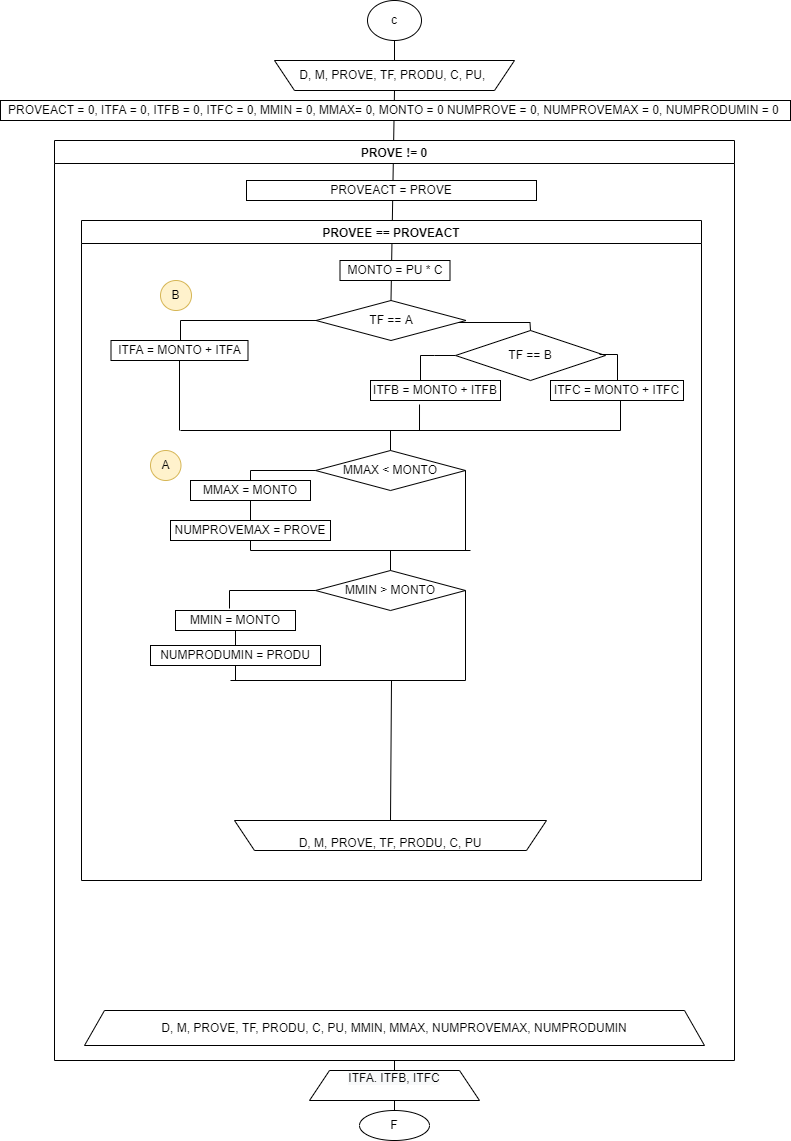
Earlier version of the draw.io export Untitled Diagram.drawio.png (Ferbinand/Ferbinand). Source tidied: cells renumbered, new cells last; positions are measured from the earlier drawing's top-left corner, leaving out a move shared by most shapes.
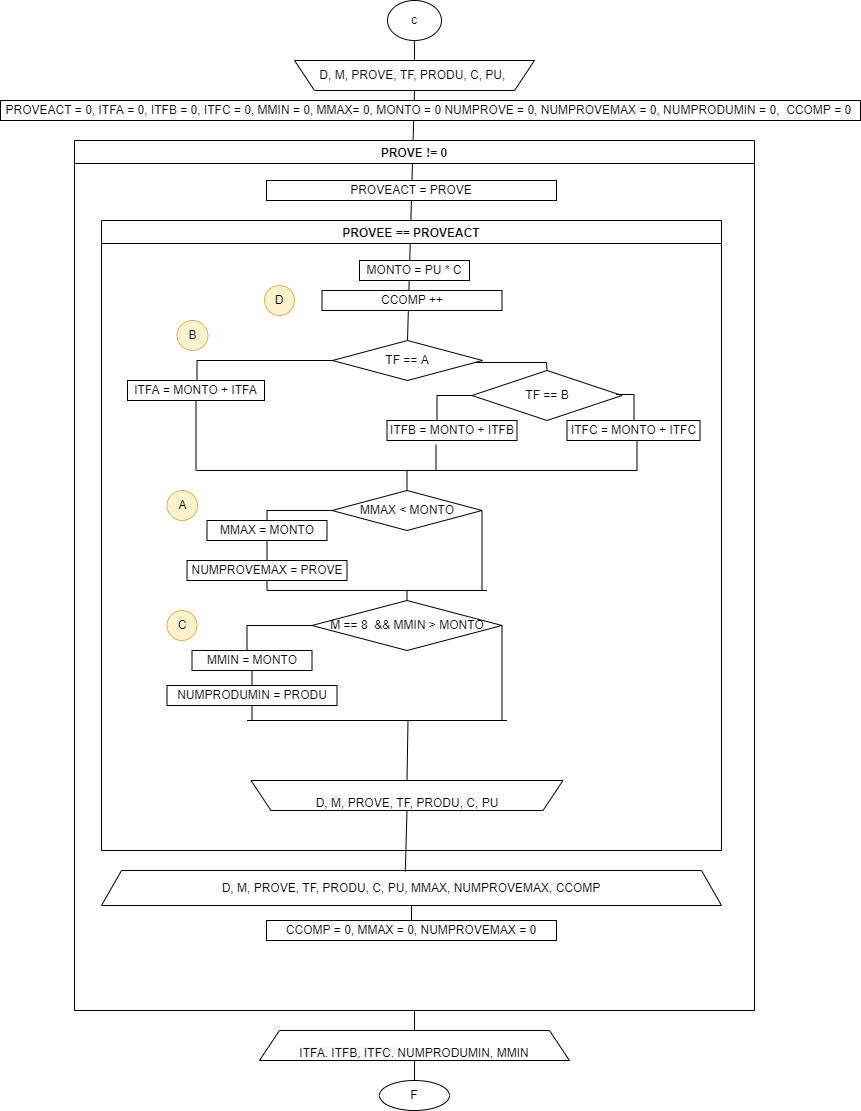
Later version of the same file.

Commit message:
1C Recu corte control.png

What changed in the source:
```diff
@@ -9,97 +9,97 @@
       <mxGeometry x="367" width="54" height="40" as="geometry" />
     </mxCell>
     <mxCell id="4" value="PROVE != 0" style="swimlane;" parent="1" vertex="1">
-      <mxGeometry x="54" y="140" width="680" height="920" as="geometry" />
+      <mxGeometry x="54" y="140" width="680" height="870" as="geometry" />
     </mxCell>
     <mxCell id="5" value="PROVEACT = PROVE" style="rounded=0;whiteSpace=wrap;html=1;" parent="4" vertex="1">
       <mxGeometry x="192" y="40" width="290" height="20" as="geometry" />
     </mxCell>
     <mxCell id="6" value="PROVEE == PROVEACT" style="swimlane;" parent="4" vertex="1">
-      <mxGeometry x="27" y="80" width="620" height="660" as="geometry" />
+      <mxGeometry x="27" y="80" width="620" height="630" as="geometry" />
     </mxCell>
     <mxCell id="7" value="&lt;br style=&quot;&quot;&gt;&lt;span style=&quot;background-color: rgb(255, 255, 255);&quot;&gt;D, M, PROVE, TF, PRODU, C, PU&lt;/span&gt;" style="shape=trapezoid;perimeter=trapezoidPerimeter;whiteSpace=wrap;html=1;fixedSize=1;flipV=1;" parent="6" vertex="1">
-      <mxGeometry x="153" y="600" width="312" height="30" as="geometry" />
+      <mxGeometry x="149.5" y="560" width="312" height="30" as="geometry" />
     </mxCell>
     <mxCell id="8" value="TF == A" style="rhombus;whiteSpace=wrap;html=1;" parent="6" vertex="1">
-      <mxGeometry x="234.5" y="80" width="150" height="40" as="geometry" />
+      <mxGeometry x="231" y="120" width="150" height="40" as="geometry" />
     </mxCell>
     <mxCell id="9" value="ITFA = MONTO + ITFA" style="rounded=0;whiteSpace=wrap;html=1;" parent="6" vertex="1">
-      <mxGeometry x="29.5" y="120" width="137" height="20" as="geometry" />
+      <mxGeometry x="26" y="160" width="137" height="20" as="geometry" />
     </mxCell>
     <mxCell id="10" style="endArrow=none;html=1;rounded=0;exitX=0.5;exitY=1;exitDx=0;exitDy=0;" parent="6" edge="1" source="9">
       <mxGeometry relative="1" as="geometry">
-        <mxPoint x="98" y="210" as="targetPoint" />
+        <mxPoint x="94.5" y="250" as="targetPoint" />
       </mxGeometry>
     </mxCell>
     <mxCell id="11" style="endArrow=none;html=1;rounded=0;" parent="6" edge="1">
       <mxGeometry relative="1" as="geometry">
-        <mxPoint x="99" y="210" as="sourcePoint" />
-        <mxPoint x="539" y="210" as="targetPoint" />
+        <mxPoint x="95.5" y="250" as="sourcePoint" />
+        <mxPoint x="535.5" y="250" as="targetPoint" />
       </mxGeometry>
     </mxCell>
     <mxCell id="12" style="endArrow=none;html=1;rounded=0;entryX=0;entryY=0.5;entryDx=0;entryDy=0;startArrow=none;" parent="6" edge="1" target="13">
       <mxGeometry relative="1" as="geometry">
-        <mxPoint x="339" y="160" as="sourcePoint" />
+        <mxPoint x="335.5" y="200" as="sourcePoint" />
         <Array as="points">
-          <mxPoint x="339" y="135" />
-          <mxPoint x="353" y="135" />
+          <mxPoint x="335.5" y="175" />
+          <mxPoint x="349.5" y="175" />
         </Array>
       </mxGeometry>
     </mxCell>
     <mxCell id="13" value="TF == B" style="rhombus;whiteSpace=wrap;html=1;" parent="6" vertex="1">
-      <mxGeometry x="374" y="110" width="150" height="50" as="geometry" />
+      <mxGeometry x="370.5" y="150" width="150" height="50" as="geometry" />
     </mxCell>
     <mxCell id="14" style="endArrow=none;html=1;rounded=0;exitX=0.5;exitY=0;exitDx=0;exitDy=0;entryX=0.947;entryY=0.55;entryDx=0;entryDy=0;entryPerimeter=0;" parent="6" edge="1" source="13" target="8">
       <mxGeometry relative="1" as="geometry">
         <Array as="points">
-          <mxPoint x="448.5" y="102" />
+          <mxPoint x="445" y="142" />
         </Array>
       </mxGeometry>
     </mxCell>
     <mxCell id="15" value="ITFC = MONTO + ITFC" style="rounded=0;whiteSpace=wrap;html=1;" parent="6" vertex="1">
-      <mxGeometry x="469" y="160" width="133" height="20" as="geometry" />
+      <mxGeometry x="465.5" y="200" width="133" height="20" as="geometry" />
     </mxCell>
     <mxCell id="16" style="endArrow=none;html=1;rounded=0;entryX=0.96;entryY=0.48;entryDx=0;entryDy=0;entryPerimeter=0;" parent="6" edge="1" target="13">
       <mxGeometry relative="1" as="geometry">
-        <mxPoint x="536" y="160" as="sourcePoint" />
+        <mxPoint x="532.5" y="200" as="sourcePoint" />
         <Array as="points">
-          <mxPoint x="536" y="134" />
+          <mxPoint x="532.5" y="174" />
         </Array>
       </mxGeometry>
     </mxCell>
     <mxCell id="17" style="endArrow=none;html=1;rounded=0;" parent="6" edge="1">
       <mxGeometry relative="1" as="geometry">
-        <mxPoint x="539" y="180" as="sourcePoint" />
-        <mxPoint x="539" y="210" as="targetPoint" />
+        <mxPoint x="535.5" y="220" as="sourcePoint" />
+        <mxPoint x="535.5" y="250" as="targetPoint" />
       </mxGeometry>
     </mxCell>
     <mxCell id="18" style="endArrow=none;html=1;rounded=0;entryX=0;entryY=0.5;entryDx=0;entryDy=0;" parent="6" edge="1" target="8">
       <mxGeometry relative="1" as="geometry">
-        <mxPoint x="99" y="120" as="sourcePoint" />
+        <mxPoint x="95.5" y="160" as="sourcePoint" />
         <Array as="points">
-          <mxPoint x="99" y="100" />
+          <mxPoint x="95.5" y="140" />
         </Array>
       </mxGeometry>
     </mxCell>
     <mxCell id="19" value="MONTO = PU * C" style="rounded=0;whiteSpace=wrap;html=1;" parent="6" vertex="1">
-      <mxGeometry x="258.5" y="40" width="110" height="20" as="geometry" />
+      <mxGeometry x="258" y="40" width="110" height="20" as="geometry" />
     </mxCell>
     <mxCell id="20" value="ITFB = MONTO + ITFB" style="rounded=0;whiteSpace=wrap;html=1;" parent="6" vertex="1">
-      <mxGeometry x="289" y="160" width="130" height="20" as="geometry" />
+      <mxGeometry x="285.5" y="200" width="130" height="20" as="geometry" />
     </mxCell>
     <mxCell id="21" value="MMAX &amp;lt; MONTO" style="rhombus;whiteSpace=wrap;html=1;" parent="6" vertex="1">
-      <mxGeometry x="234" y="230" width="150" height="40" as="geometry" />
+      <mxGeometry x="230.5" y="270" width="150" height="40" as="geometry" />
     </mxCell>
     <mxCell id="22" value="MMAX = MONTO" style="rounded=0;whiteSpace=wrap;html=1;" parent="6" vertex="1">
-      <mxGeometry x="109" y="260" width="120" height="20" as="geometry" />
+      <mxGeometry x="105.5" y="300" width="120" height="20" as="geometry" />
     </mxCell>
     <mxCell id="23" value="NUMPROVEMAX = PROVE" style="rounded=0;whiteSpace=wrap;html=1;" parent="6" vertex="1">
-      <mxGeometry x="89" y="300" width="160" height="20" as="geometry" />
+      <mxGeometry x="85.5" y="340" width="160" height="20" as="geometry" />
     </mxCell>
     <mxCell id="24" style="endArrow=none;html=1;rounded=0;entryX=0;entryY=0.5;entryDx=0;entryDy=0;exitX=0.5;exitY=0;exitDx=0;exitDy=0;" parent="6" edge="1" source="22" target="21">
       <mxGeometry relative="1" as="geometry">
         <Array as="points">
-          <mxPoint x="169" y="250" />
+          <mxPoint x="165.5" y="290" />
         </Array>
       </mxGeometry>
     </mxCell>
@@ -107,24 +107,25 @@
       <mxGeometry relative="1" as="geometry" />
     </mxCell>
     <mxCell id="26" value="A" style="ellipse;whiteSpace=wrap;html=1;fillColor=#fff2cc;strokeColor=#d6b656;" parent="6" vertex="1">
-      <mxGeometry x="69" y="230" width="30.5" height="30" as="geometry" />
+      <mxGeometry x="65.5" y="270" width="30.5" height="30" as="geometry" />
     </mxCell>
     <mxCell id="27" value="B" style="ellipse;whiteSpace=wrap;html=1;fillColor=#fff2cc;strokeColor=#d6b656;" parent="6" vertex="1">
-      <mxGeometry x="79" y="60" width="31" height="30" as="geometry" />
+      <mxGeometry x="75.5" y="100" width="31" height="30" as="geometry" />
     </mxCell>
-    <mxCell id="28" value="MMIN &amp;gt; MONTO" style="rhombus;whiteSpace=wrap;html=1;" parent="6" vertex="1">
-      <mxGeometry x="234" y="350" width="150" height="40" as="geometry" />
+    <mxCell id="28" value="M == 8&amp;nbsp; &amp;amp;&amp;amp; MMIN &amp;gt; MONTO" style="rhombus;whiteSpace=wrap;html=1;" parent="6" vertex="1">
+      <mxGeometry x="210.5" y="380" width="190" height="50" as="geometry" />
     </mxCell>
     <mxCell id="29" value="MMIN = MONTO" style="rounded=0;whiteSpace=wrap;html=1;" parent="6" vertex="1">
-      <mxGeometry x="94" y="390" width="120" height="20" as="geometry" />
+      <mxGeometry x="90.5" y="430" width="120" height="20" as="geometry" />
     </mxCell>
     <mxCell id="30" value="NUMPRODUMIN = PRODU" style="rounded=0;whiteSpace=wrap;html=1;" parent="6" vertex="1">
-      <mxGeometry x="69" y="425" width="170" height="20" as="geometry" />
+      <mxGeometry x="65.5" y="465" width="170" height="20" as="geometry" />
     </mxCell>
-    <mxCell id="31" style="endArrow=none;html=1;rounded=0;entryX=0;entryY=0.5;entryDx=0;entryDy=0;exitX=0.45;exitY=-0.1;exitDx=0;exitDy=0;exitPerimeter=0;" parent="6" edge="1" source="29" target="28">
+    <mxCell id="31" style="endArrow=none;html=1;rounded=0;entryX=0;entryY=0.5;entryDx=0;entryDy=0;" parent="6" edge="1" target="28">
       <mxGeometry relative="1" as="geometry">
+        <mxPoint x="145.5" y="430" as="sourcePoint" />
         <Array as="points">
-          <mxPoint x="148" y="370" />
+          <mxPoint x="145.5" y="405" />
         </Array>
       </mxGeometry>
     </mxCell>
@@ -133,20 +134,38 @@
     </mxCell>
     <mxCell id="33" style="endArrow=none;html=1;rounded=0;entryX=1;entryY=0.5;entryDx=0;entryDy=0;" parent="6" edge="1" target="28">
       <mxGeometry relative="1" as="geometry">
-        <mxPoint x="384" y="460" as="sourcePoint" />
+        <mxPoint x="400.5" y="500" as="sourcePoint" />
       </mxGeometry>
     </mxCell>
     <mxCell id="34" style="endArrow=none;html=1;rounded=0;" parent="6" edge="1">
       <mxGeometry relative="1" as="geometry">
-        <mxPoint x="294" y="460" as="sourcePoint" />
-        <mxPoint x="384" y="460" as="targetPoint" />
+        <mxPoint x="290.5" y="500" as="sourcePoint" />
+        <mxPoint x="405.5" y="500" as="targetPoint" />
       </mxGeometry>
     </mxCell>
+    <mxCell id="51" value="C" style="ellipse;whiteSpace=wrap;html=1;fillColor=#fff2cc;strokeColor=#d6b656;" parent="6" vertex="1">
+      <mxGeometry x="65.5" y="390" width="30" height="30" as="geometry" />
+    </mxCell>
+    <mxCell id="52" value="CCOMP ++" style="rounded=0;whiteSpace=wrap;html=1;" parent="6" vertex="1">
+      <mxGeometry x="220.5" y="70" width="180" height="20" as="geometry" />
+    </mxCell>
+    <mxCell id="53" value="D" style="ellipse;whiteSpace=wrap;html=1;fillColor=#fff2cc;strokeColor=#d6b656;" parent="6" vertex="1">
+      <mxGeometry x="163" y="65" width="30" height="30" as="geometry" />
+    </mxCell>
-    <mxCell id="35" value="D, M, PROVE, TF, PRODU, C, PU, MMIN, MMAX, NUMPROVEMAX, NUMPRODUMIN" style="shape=trapezoid;perimeter=trapezoidPerimeter;whiteSpace=wrap;html=1;fixedSize=1;" parent="4" vertex="1">
-      <mxGeometry x="30" y="870" width="620" height="35" as="geometry" />
+    <mxCell id="35" value="D, M, PROVE, TF, PRODU, C, PU, MMAX, NUMPROVEMAX, CCOMP" style="shape=trapezoid;perimeter=trapezoidPerimeter;whiteSpace=wrap;html=1;fixedSize=1;" parent="4" vertex="1">
+      <mxGeometry x="27" y="730" width="620" height="35" as="geometry" />
     </mxCell>
+    <mxCell id="54" style="endArrow=none;html=1;rounded=0;entryX=0.5;entryY=1;entryDx=0;entryDy=0;exitX=0.49;exitY=0.029;exitDx=0;exitDy=0;exitPerimeter=0;" parent="4" edge="1" source="35" target="7">
+      <mxGeometry relative="1" as="geometry" />
+    </mxCell>
+    <mxCell id="55" value="CCOMP = 0, MMAX = 0, NUMPROVEMAX = 0" style="rounded=0;whiteSpace=wrap;html=1;" parent="4" vertex="1">
+      <mxGeometry x="192" y="780" width="290" height="20" as="geometry" />
+    </mxCell>
+    <mxCell id="56" style="endArrow=none;html=1;rounded=0;entryX=0.5;entryY=1;entryDx=0;entryDy=0;startArrow=none;" parent="4" edge="1" source="55" target="35">
+      <mxGeometry relative="1" as="geometry" />
+    </mxCell>
     <mxCell id="36" value="F" style="ellipse;whiteSpace=wrap;html=1;" parent="1" vertex="1">
-      <mxGeometry x="359" y="1110" width="70" height="30" as="geometry" />
+      <mxGeometry x="359" y="1080" width="70" height="30" as="geometry" />
     </mxCell>
     <mxCell id="37" value="&lt;span style=&quot;&quot;&gt;D, M, PROVE, TF, PRODU, C, PU,&amp;nbsp;&lt;/span&gt;" style="shape=trapezoid;perimeter=trapezoidPerimeter;whiteSpace=wrap;html=1;fixedSize=1;direction=west;" parent="1" vertex="1">
       <mxGeometry x="274" y="60" width="240" height="30" as="geometry" />
@@ -159,55 +178,55 @@
     </mxCell>
     <mxCell id="40" style="endArrow=none;html=1;rounded=0;entryX=0.377;entryY=1.2;entryDx=0;entryDy=0;entryPerimeter=0;" parent="1" edge="1" target="20">
       <mxGeometry relative="1" as="geometry">
-        <mxPoint x="419" y="430" as="sourcePoint" />
+        <mxPoint x="415.5" y="470" as="sourcePoint" />
       </mxGeometry>
     </mxCell>
     <mxCell id="41" style="endArrow=none;html=1;rounded=0;entryX=1;entryY=0.5;entryDx=0;entryDy=0;" parent="1" edge="1" target="21">
       <mxGeometry relative="1" as="geometry">
-        <mxPoint x="465" y="550" as="sourcePoint" />
+        <mxPoint x="461.5" y="590" as="sourcePoint" />
       </mxGeometry>
     </mxCell>
     <mxCell id="42" style="endArrow=none;html=1;rounded=0;" parent="1" edge="1">
       <mxGeometry relative="1" as="geometry">
-        <mxPoint x="250" y="550" as="sourcePoint" />
-        <mxPoint x="470" y="550" as="targetPoint" />
+        <mxPoint x="246.5" y="590" as="sourcePoint" />
+        <mxPoint x="466.5" y="590" as="targetPoint" />
       </mxGeometry>
     </mxCell>
     <mxCell id="43" style="endArrow=none;html=1;rounded=0;exitX=0.5;exitY=1;exitDx=0;exitDy=0;" parent="1" edge="1" source="23">
       <mxGeometry relative="1" as="geometry">
-        <mxPoint x="250" y="550" as="targetPoint" />
+        <mxPoint x="246.5" y="590" as="targetPoint" />
       </mxGeometry>
     </mxCell>
     <mxCell id="44" style="endArrow=none;html=1;rounded=0;exitX=0.5;exitY=0;exitDx=0;exitDy=0;" parent="1" edge="1" source="21">
       <mxGeometry relative="1" as="geometry">
-        <mxPoint x="390" y="430" as="targetPoint" />
+        <mxPoint x="386.5" y="470" as="targetPoint" />
       </mxGeometry>
     </mxCell>
     <mxCell id="45" style="endArrow=none;html=1;rounded=0;exitX=0.5;exitY=0;exitDx=0;exitDy=0;" parent="1" edge="1" source="28">
       <mxGeometry relative="1" as="geometry">
-        <mxPoint x="390" y="550" as="targetPoint" />
+        <mxPoint x="386.5" y="590" as="targetPoint" />
       </mxGeometry>
     </mxCell>
     <mxCell id="46" style="endArrow=none;html=1;rounded=0;" parent="1" edge="1">
       <mxGeometry relative="1" as="geometry">
-        <mxPoint x="230" y="680" as="sourcePoint" />
-        <mxPoint x="380" y="680" as="targetPoint" />
+        <mxPoint x="226.5" y="720" as="sourcePoint" />
+        <mxPoint x="376.5" y="720" as="targetPoint" />
       </mxGeometry>
     </mxCell>
     <mxCell id="47" style="endArrow=none;html=1;rounded=0;entryX=0.5;entryY=1;entryDx=0;entryDy=0;" parent="1" edge="1" target="30">
       <mxGeometry relative="1" as="geometry">
-        <mxPoint x="235" y="680" as="sourcePoint" />
+        <mxPoint x="231.5" y="720" as="sourcePoint" />
       </mxGeometry>
     </mxCell>
-    <mxCell id="48" value="&#10;&lt;span style=&quot;color: rgb(0, 0, 0); font-family: Helvetica; font-size: 12px; font-style: normal; font-variant-ligatures: normal; font-variant-caps: normal; font-weight: 400; letter-spacing: normal; orphans: 2; text-align: center; text-indent: 0px; text-transform: none; widows: 2; word-spacing: 0px; -webkit-text-stroke-width: 0px; background-color: rgb(248, 249, 250); text-decoration-thickness: initial; text-decoration-style: initial; text-decoration-color: initial; float: none; display: inline !important;&quot;&gt;ITFA. ITFB, ITFC&lt;/span&gt;&#10;&#10;" style="shape=trapezoid;perimeter=trapezoidPerimeter;whiteSpace=wrap;html=1;fixedSize=1;" parent="1" vertex="1">
-      <mxGeometry x="309" y="1070" width="170" height="30" as="geometry" />
+    <mxCell id="48" value="&lt;br&gt;&lt;span style=&quot;color: rgb(0, 0, 0); font-family: Helvetica; font-size: 12px; font-style: normal; font-variant-ligatures: normal; font-variant-caps: normal; font-weight: 400; letter-spacing: normal; orphans: 2; text-align: center; text-indent: 0px; text-transform: none; widows: 2; word-spacing: 0px; -webkit-text-stroke-width: 0px; background-color: rgb(248, 249, 250); text-decoration-thickness: initial; text-decoration-style: initial; text-decoration-color: initial; float: none; display: inline !important;&quot;&gt;ITFA. ITFB, ITFC.&amp;nbsp;&lt;/span&gt;NUMPRODUMIN, MMIN" style="shape=trapezoid;perimeter=trapezoidPerimeter;whiteSpace=wrap;html=1;fixedSize=1;" parent="1" vertex="1">
+      <mxGeometry x="239" y="1030" width="310" height="30" as="geometry" />
     </mxCell>
-    <mxCell id="49" value="&lt;span style=&quot;&quot;&gt;PROVEACT = 0, ITFA = 0, ITFB = 0, ITFC = 0, MMIN = 0, MMAX= 0, MONTO = 0 NUMPROVE = 0, NUMPROVEMAX = 0, NUMPRODUMIN = 0&amp;nbsp;&lt;/span&gt;" style="rounded=0;whiteSpace=wrap;html=1;" parent="1" vertex="1">
-      <mxGeometry y="100" width="790" height="20" as="geometry" />
+    <mxCell id="49" value="&lt;span style=&quot;&quot;&gt;PROVEACT = 0, ITFA = 0, ITFB = 0, ITFC = 0, MMIN = 0, MMAX= 0, MONTO = 0 NUMPROVE = 0, NUMPROVEMAX = 0, NUMPRODUMIN = 0,&amp;nbsp; CCOMP = 0&amp;nbsp;&lt;/span&gt;" style="rounded=0;whiteSpace=wrap;html=1;" parent="1" vertex="1">
+      <mxGeometry x="-20" y="100" width="860" height="20" as="geometry" />
     </mxCell>
     <mxCell id="50" style="endArrow=none;html=1;rounded=0;exitX=0.5;exitY=0;exitDx=0;exitDy=0;" parent="1" edge="1" source="7">
       <mxGeometry relative="1" as="geometry">
-        <mxPoint x="391" y="680" as="targetPoint" />
+        <mxPoint x="387.5" y="720" as="targetPoint" />
       </mxGeometry>
     </mxCell>
   </root>
```
